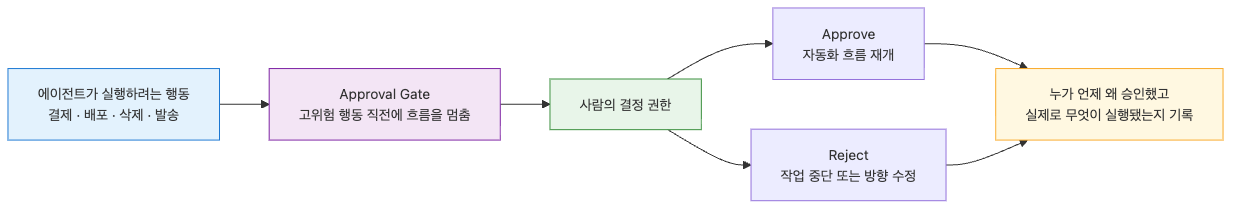
Before: assets/harness-engineering-101/08/08-01-approval-gates-designing-where-humans-mu.ko.png, a diagram exported from Mermaid (yeongseon-books/book-content). Its source is kept beside it as assets/harness-engineering-101/08/08-01-approval-gates-designing-where-humans-mu.ko.mmd.
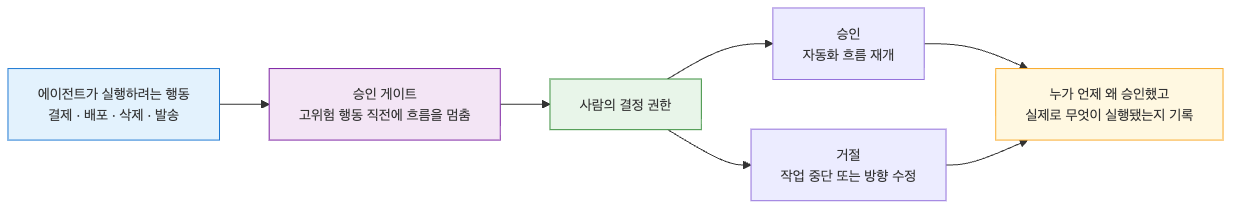
The same file after the commit.

What changed in the source:
```diff
@@ -1,8 +1,8 @@
 flowchart LR
-    행동["에이전트가 실행하려는 행동\n결제 · 배포 · 삭제 · 발송"] --> 게이트["Approval Gate\n고위험 행동 직전에 흐름을 멈춤"]
+    행동["에이전트가 실행하려는 행동\n결제 · 배포 · 삭제 · 발송"] --> 게이트["승인 게이트\n고위험 행동 직전에 흐름을 멈춤"]
     게이트 --> 사람["사람의 결정 권한"]
-    사람 --> 승인["Approve\n자동화 흐름 재개"]
-    사람 --> 거절["Reject\n작업 중단 또는 방향 수정"]
+    사람 --> 승인["승인\n자동화 흐름 재개"]
+    사람 --> 거절["거절\n작업 중단 또는 방향 수정"]
     승인 --> 기록["누가 언제 왜 승인했고\n실제로 무엇이 실행됐는지 기록"]
     거절 --> 기록
 
```
